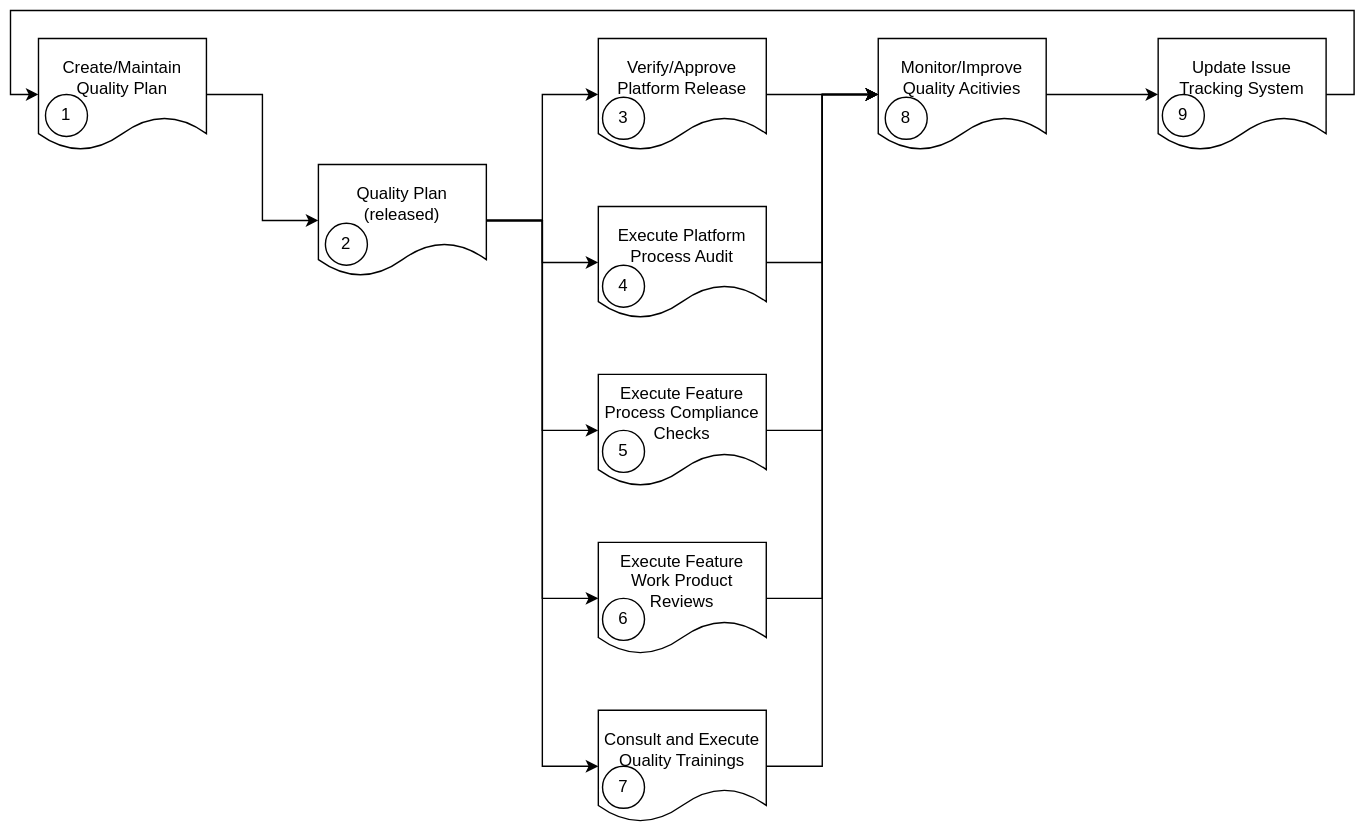
Before: pr-835/_images/quality_workflow.drawio.svg, a diagram exported from draw.io (umaucher/score). Source tidied: cells renumbered, new cells last; positions are measured from the earlier drawing's top-left corner, leaving out a move shared by most shapes. Its diagram source:
```xml
<mxGraphModel>
  <root>
    <mxCell id="0" />
    <mxCell id="1" parent="0" />
    <mxCell id="2" style="edgeStyle=orthogonalEdgeStyle;rounded=0;jettySize=auto;html=1;entryX=0;entryY=0.5;entryDx=0;entryDy=0;" parent="1" edge="1" source="3" target="9">
      <mxGeometry relative="1" as="geometry" />
    </mxCell>
    <mxCell id="3" value="Create/Maintain Quality Plan" style="shape=document;whiteSpace=wrap;html=1;boundedLbl=1;" parent="1" vertex="1">
      <mxGeometry x="20" y="20" width="120" height="80" as="geometry" />
    </mxCell>
    <mxCell id="4" style="edgeStyle=orthogonalEdgeStyle;rounded=0;jettySize=auto;html=1;entryX=0;entryY=0.5;entryDx=0;entryDy=0;" parent="1" edge="1" source="9" target="14">
      <mxGeometry relative="1" as="geometry" />
    </mxCell>
    <mxCell id="5" style="edgeStyle=orthogonalEdgeStyle;rounded=0;jettySize=auto;html=1;entryX=0;entryY=0.5;entryDx=0;entryDy=0;" parent="1" edge="1" source="9" target="16">
      <mxGeometry relative="1" as="geometry" />
    </mxCell>
    <mxCell id="6" style="edgeStyle=orthogonalEdgeStyle;rounded=0;jettySize=auto;html=1;entryX=0;entryY=0.5;entryDx=0;entryDy=0;" parent="1" edge="1" source="9" target="18">
      <mxGeometry relative="1" as="geometry" />
    </mxCell>
    <mxCell id="7" style="edgeStyle=orthogonalEdgeStyle;rounded=0;jettySize=auto;html=1;entryX=0;entryY=0.5;entryDx=0;entryDy=0;" parent="1" edge="1" source="9" target="20">
      <mxGeometry relative="1" as="geometry" />
    </mxCell>
    <mxCell id="8" style="edgeStyle=orthogonalEdgeStyle;rounded=0;jettySize=auto;html=1;entryX=0;entryY=0.5;entryDx=0;entryDy=0;" parent="1" edge="1" source="9" target="22">
      <mxGeometry relative="1" as="geometry" />
    </mxCell>
    <mxCell id="9" value="Quality Plan&lt;div&gt;(released)&lt;/div&gt;" style="shape=document;whiteSpace=wrap;html=1;boundedLbl=1;" parent="1" vertex="1">
      <mxGeometry x="220" y="110" width="120" height="80" as="geometry" />
    </mxCell>
    <mxCell id="10" style="edgeStyle=orthogonalEdgeStyle;rounded=0;jettySize=auto;html=1;entryX=0;entryY=0.5;entryDx=0;entryDy=0;" parent="1" edge="1" source="11" target="3">
      <mxGeometry relative="1" as="geometry">
        <Array as="points">
          <mxPoint x="960" y="60" />
          <mxPoint x="960" />
          <mxPoint />
          <mxPoint y="60" />
        </Array>
      </mxGeometry>
    </mxCell>
    <mxCell id="11" value="Update Issue Tracking System" style="shape=document;whiteSpace=wrap;html=1;boundedLbl=1;" parent="1" vertex="1">
      <mxGeometry x="820" y="20" width="120" height="80" as="geometry" />
    </mxCell>
    <mxCell id="12" value="Monitor/Improve Quality Acitivies" style="shape=document;whiteSpace=wrap;html=1;boundedLbl=1;" parent="1" vertex="1">
      <mxGeometry x="620" y="20" width="120" height="80" as="geometry" />
    </mxCell>
    <mxCell id="13" style="edgeStyle=orthogonalEdgeStyle;rounded=0;jettySize=auto;html=1;entryX=0;entryY=0.5;entryDx=0;entryDy=0;" parent="1" edge="1" source="14" target="12">
      <mxGeometry relative="1" as="geometry" />
    </mxCell>
    <mxCell id="14" value="Verify/Approve Platform Release" style="shape=document;whiteSpace=wrap;html=1;boundedLbl=1;" parent="1" vertex="1">
      <mxGeometry x="420" y="20" width="120" height="80" as="geometry" />
    </mxCell>
    <mxCell id="15" style="edgeStyle=orthogonalEdgeStyle;rounded=0;jettySize=auto;html=1;entryX=0;entryY=0.5;entryDx=0;entryDy=0;" parent="1" edge="1" source="16" target="12">
      <mxGeometry relative="1" as="geometry" />
    </mxCell>
    <mxCell id="16" value="Execute Platform Process Audit" style="shape=document;whiteSpace=wrap;html=1;boundedLbl=1;" parent="1" vertex="1">
      <mxGeometry x="420" y="140" width="120" height="80" as="geometry" />
    </mxCell>
    <mxCell id="17" style="edgeStyle=orthogonalEdgeStyle;rounded=0;jettySize=auto;html=1;entryX=0;entryY=0.5;entryDx=0;entryDy=0;" parent="1" edge="1" source="18" target="12">
      <mxGeometry relative="1" as="geometry" />
    </mxCell>
    <mxCell id="18" value="Execute Feature Process Compliance Checks" style="shape=document;whiteSpace=wrap;html=1;boundedLbl=1;" parent="1" vertex="1">
      <mxGeometry x="420" y="260" width="120" height="80" as="geometry" />
    </mxCell>
    <mxCell id="19" style="edgeStyle=orthogonalEdgeStyle;rounded=0;jettySize=auto;html=1;entryX=0;entryY=0.5;entryDx=0;entryDy=0;" parent="1" edge="1" source="20" target="12">
      <mxGeometry relative="1" as="geometry" />
    </mxCell>
    <mxCell id="20" value="Execute Feature Work Product Reviews" style="shape=document;whiteSpace=wrap;html=1;boundedLbl=1;" parent="1" vertex="1">
      <mxGeometry x="420" y="380" width="120" height="80" as="geometry" />
    </mxCell>
    <mxCell id="21" style="edgeStyle=orthogonalEdgeStyle;rounded=0;jettySize=auto;html=1;entryX=0;entryY=0.5;entryDx=0;entryDy=0;" parent="1" edge="1" source="22" target="12">
      <mxGeometry relative="1" as="geometry" />
    </mxCell>
    <mxCell id="22" value="Consult and Execute Quality Trainings" style="shape=document;whiteSpace=wrap;html=1;boundedLbl=1;" parent="1" vertex="1">
      <mxGeometry x="420" y="500" width="120" height="80" as="geometry" />
    </mxCell>
    <mxCell id="23" style="edgeStyle=orthogonalEdgeStyle;rounded=0;jettySize=auto;html=1;entryX=0;entryY=0.5;entryDx=0;entryDy=0;" parent="1" edge="1" source="12" target="11">
      <mxGeometry relative="1" as="geometry" />
    </mxCell>
    <mxCell id="24" value="1" style="ellipse;whiteSpace=wrap;html=1;" parent="1" vertex="1">
      <mxGeometry x="25" y="60" width="30" height="30" as="geometry" />
    </mxCell>
    <mxCell id="25" value="2" style="ellipse;whiteSpace=wrap;html=1;" parent="1" vertex="1">
      <mxGeometry x="225" y="152" width="30" height="30" as="geometry" />
    </mxCell>
    <mxCell id="26" value="3" style="ellipse;whiteSpace=wrap;html=1;" parent="1" vertex="1">
      <mxGeometry x="423" y="62" width="30" height="30" as="geometry" />
    </mxCell>
    <mxCell id="27" value="4" style="ellipse;whiteSpace=wrap;html=1;" parent="1" vertex="1">
      <mxGeometry x="423" y="182" width="30" height="30" as="geometry" />
    </mxCell>
    <mxCell id="28" value="5" style="ellipse;whiteSpace=wrap;html=1;" parent="1" vertex="1">
      <mxGeometry x="423" y="300" width="30" height="30" as="geometry" />
    </mxCell>
    <mxCell id="29" value="6" style="ellipse;whiteSpace=wrap;html=1;" parent="1" vertex="1">
      <mxGeometry x="423" y="420" width="30" height="30" as="geometry" />
    </mxCell>
    <mxCell id="30" value="7" style="ellipse;whiteSpace=wrap;html=1;" parent="1" vertex="1">
      <mxGeometry x="423" y="540" width="30" height="30" as="geometry" />
    </mxCell>
    <mxCell id="31" value="8" style="ellipse;whiteSpace=wrap;html=1;" parent="1" vertex="1">
      <mxGeometry x="625" y="62" width="30" height="30" as="geometry" />
    </mxCell>
    <mxCell id="32" value="9" style="ellipse;whiteSpace=wrap;html=1;" parent="1" vertex="1">
      <mxGeometry x="823" y="60" width="30" height="30" as="geometry" />
    </mxCell>
  </root>
</mxGraphModel>
```
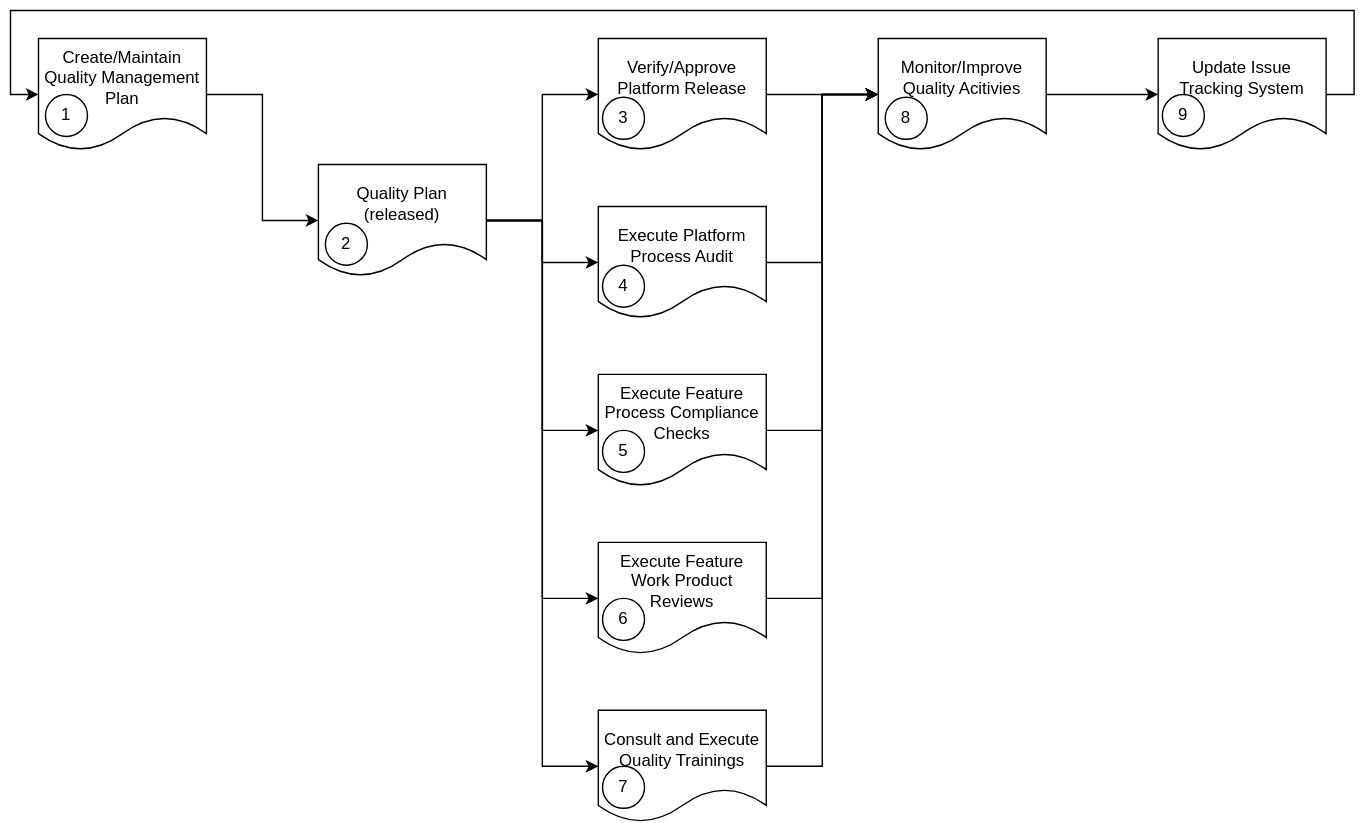
The same diagram one commit later.

The edit, as a diff of the source:
```diff
@@ -5,7 +5,7 @@
     <mxCell id="2" style="edgeStyle=orthogonalEdgeStyle;rounded=0;jettySize=auto;html=1;entryX=0;entryY=0.5;entryDx=0;entryDy=0;" parent="1" edge="1" source="3" target="9">
       <mxGeometry relative="1" as="geometry" />
     </mxCell>
-    <mxCell id="3" value="Create/Maintain Quality Plan" style="shape=document;whiteSpace=wrap;html=1;boundedLbl=1;" parent="1" vertex="1">
+    <mxCell id="3" value="Create/Maintain Quality Management Plan" style="shape=document;whiteSpace=wrap;html=1;boundedLbl=1;" parent="1" vertex="1">
       <mxGeometry x="20" y="20" width="120" height="80" as="geometry" />
     </mxCell>
     <mxCell id="4" style="edgeStyle=orthogonalEdgeStyle;rounded=0;jettySize=auto;html=1;entryX=0;entryY=0.5;entryDx=0;entryDy=0;" parent="1" edge="1" source="9" target="14">
```
